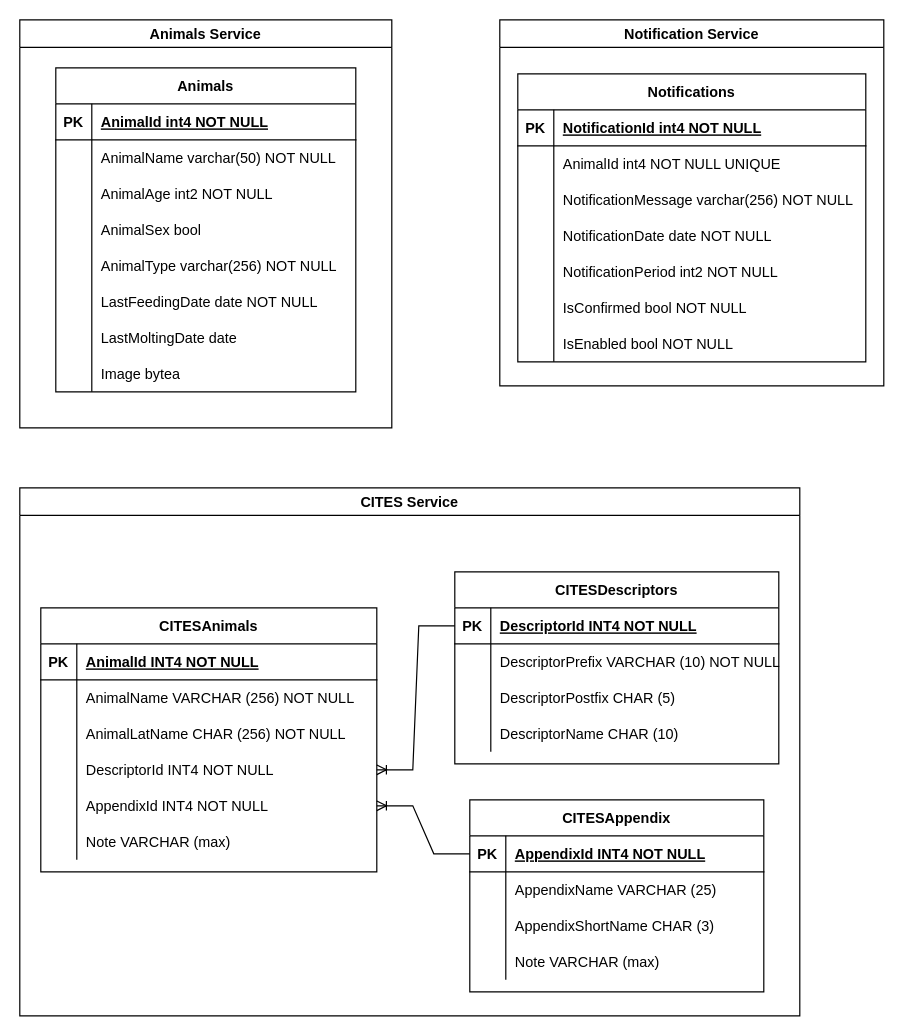
The draw.io diagram page "ERD" (3 of 3) of Untitled Diagram.drawio in avokado03/TerraManager, before the edit. Source tidied: cells renumbered, new cells numbered last; positions are measured from the earlier drawing's top-left corner, leaving out a move shared by most shapes. Both pictures are drawn from the tidied source at 120%, with x=0, y=0 at pixel (19, 19).
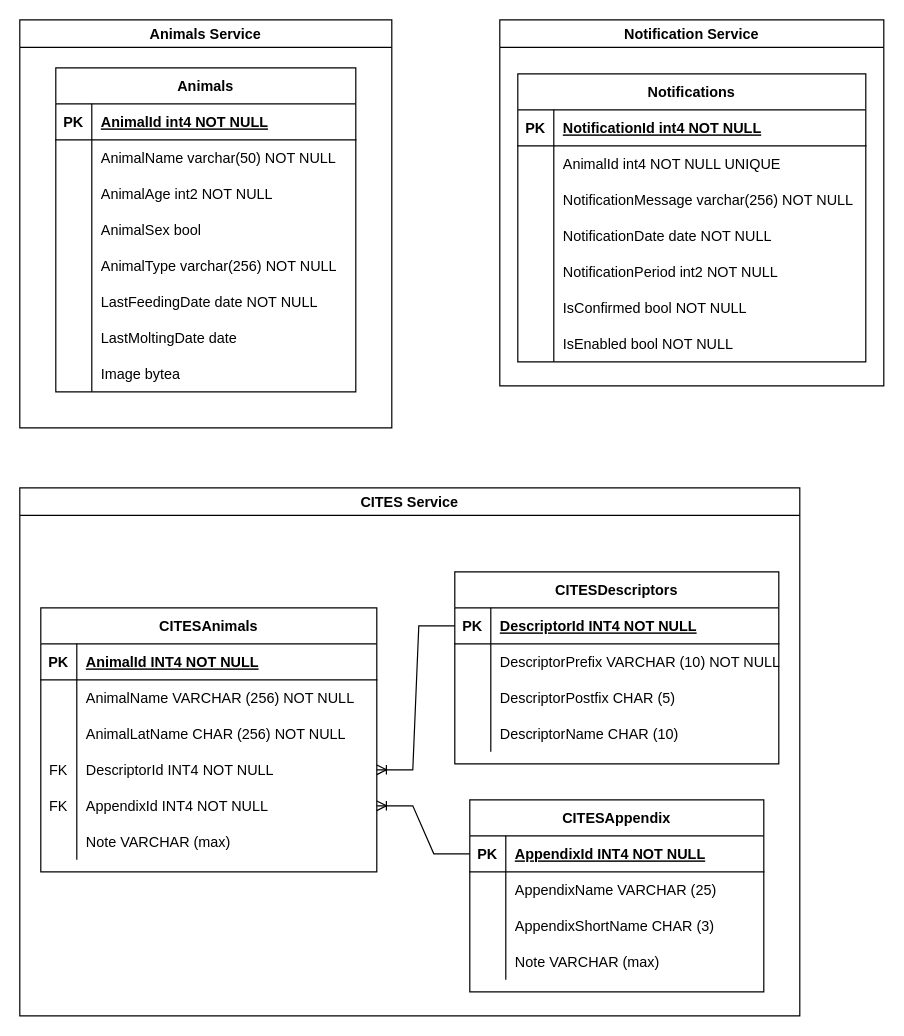
The same page after the edit.

Commit message:
ERD hotfix

Unchanged cells that the change refers to:
```xml
<mxCell id="13" style="shape=tableRow;horizontal=0;startSize=0;swimlaneHead=0;swimlaneBody=0;fillColor=none;points=[[0,0.5],[1,0.5]];portConstraint=eastwest;top=0;left=0;right=0;bottom=0;" parent="3" vertex="1">
  <mxGeometry y="120" width="280" height="30" as="geometry" />
</mxCell>
<mxCell id="16" style="shape=tableRow;horizontal=0;startSize=0;swimlaneHead=0;swimlaneBody=0;fillColor=none;points=[[0,0.5],[1,0.5]];portConstraint=eastwest;top=0;left=0;right=0;bottom=0;" parent="3" vertex="1">
  <mxGeometry y="150" width="280" height="30" as="geometry" />
</mxCell>
```

The edit, as a diff of the source:
```diff
@@
-    <mxCell id="14" style="shape=partialRectangle;fillColor=none;top=0;left=0;bottom=0;right=0;overflow=hidden;" parent="13" vertex="1">
+    <mxCell id="14" value="FK" style="shape=partialRectangle;fillColor=none;top=0;left=0;bottom=0;right=0;overflow=hidden;" parent="13" vertex="1">
       <mxGeometry width="30" height="30" as="geometry" />
     </mxCell>
@@
-    <mxCell id="17" style="shape=partialRectangle;fillColor=none;top=0;left=0;bottom=0;right=0;overflow=hidden;" parent="16" vertex="1">
+    <mxCell id="17" value="FK" style="shape=partialRectangle;fillColor=none;top=0;left=0;bottom=0;right=0;overflow=hidden;" parent="16" vertex="1">
       <mxGeometry width="30" height="30" as="geometry" />
     </mxCell>
```
